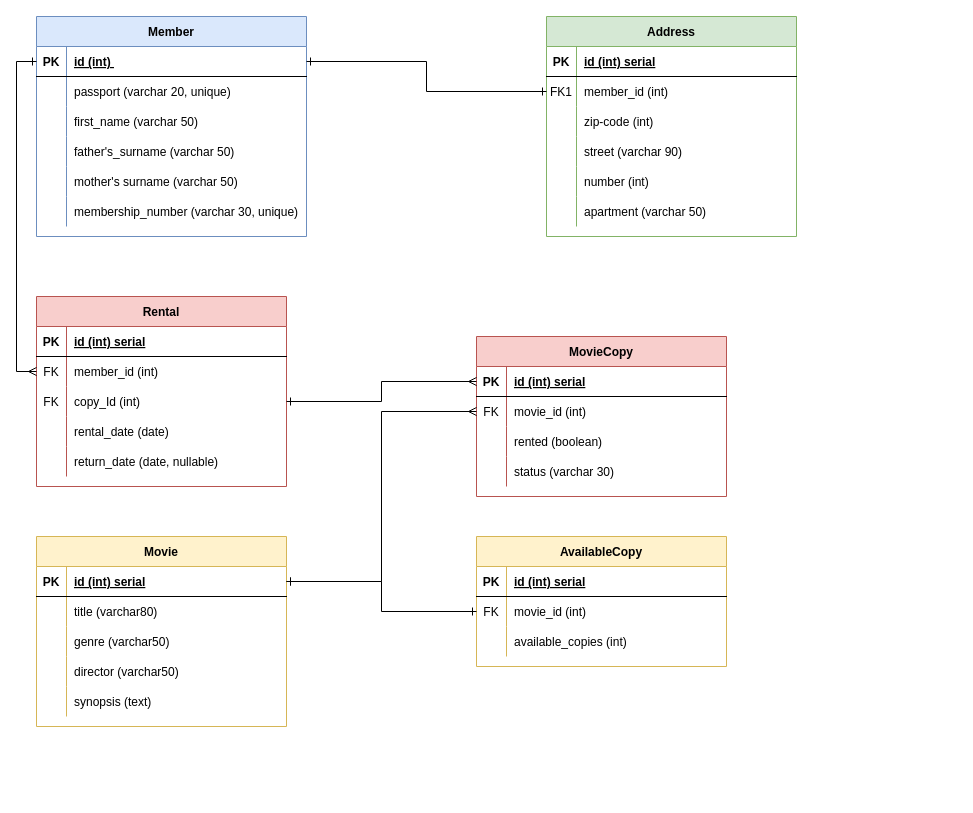
Above: MyVideoClub.drawio in Mitronios/Relational-databases-VideoClub (draw.io), before the change. Source tidied: cells renumbered, new cells numbered last; positions are measured from the earlier drawing's top-left corner, leaving out a move shared by most shapes. Both pictures are drawn from the tidied source at 100%, with x=0, y=0 at pixel (36, 16).
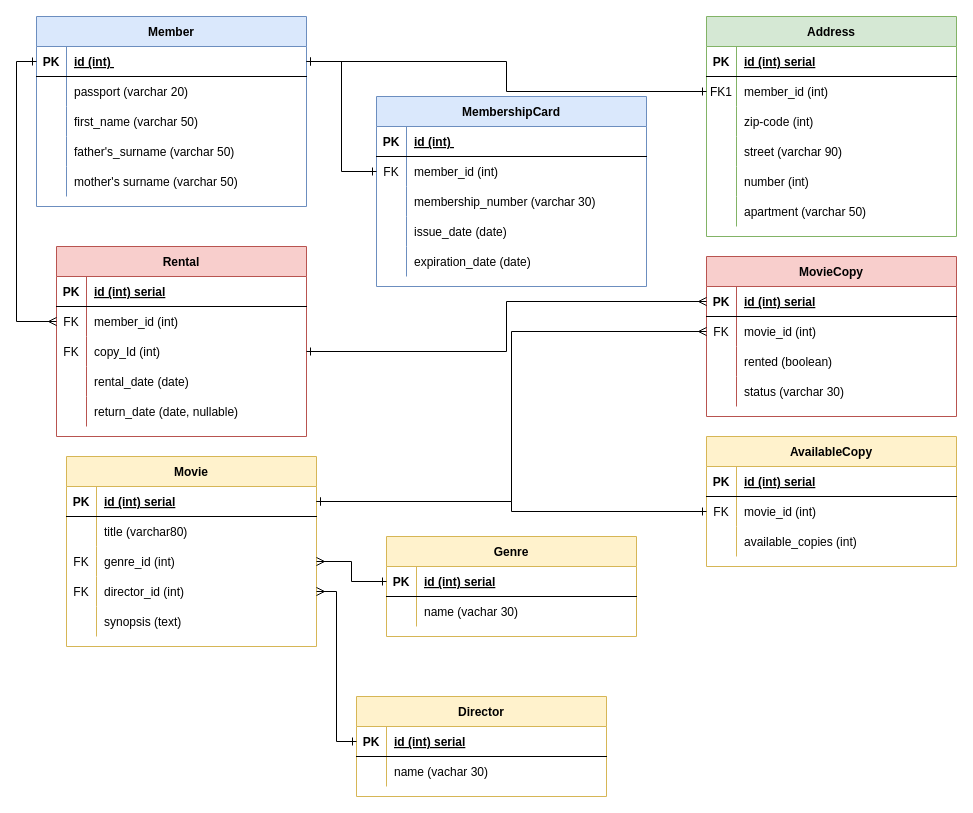
The same diagram, later.

Commit message:
Fix: Take genre and director and create a new table for each

The change refers to these unchanged cells:
```xml
<mxCell id="28" style="shape=partialRectangle;fillColor=none;points=[[0,0.5],[1,0.5]];portConstraint=eastwest;top=0;left=0;right=0;bottom=0;" parent="21" vertex="1">
  <mxGeometry y="90" width="250" height="30" as="geometry" />
</mxCell>
<mxCell id="31" style="shape=partialRectangle;fillColor=none;points=[[0,0.5],[1,0.5]];portConstraint=eastwest;top=0;left=0;right=0;bottom=0;" parent="21" vertex="1">
  <mxGeometry y="120" width="250" height="30" as="geometry" />
</mxCell>
<mxCell id="38" style="shape=partialRectangle;fillColor=none;points=[[0,0.5],[1,0.5]];portConstraint=eastwest;top=0;left=0;right=0;bottom=1;" parent="37" vertex="1">
  <mxGeometry y="30" width="270" height="30" as="geometry" />
</mxCell>
<mxCell id="41" style="shape=partialRectangle;fillColor=none;top=0;left=0;right=0;bottom=0;" parent="37" vertex="1">
  <mxGeometry y="60" width="270" height="30" as="geometry" />
</mxCell>
```

Change to the diagram source:
```diff
@@
     <mxCell id="2" value="Address" style="shape=table;startSize=30;childLayout=tableLayout;rowLines=0;fontStyle=1;align=center;fillColor=#d5e8d4;strokeColor=#82b366;" parent="1" vertex="1">
-      <mxGeometry x="510" width="250" height="220" as="geometry" />
+      <mxGeometry x="670" width="250" height="220" as="geometry" />
     </mxCell>
@@
     <mxCell id="21" value="Movie" style="shape=table;startSize=30;childLayout=tableLayout;rowLines=0;fontStyle=1;align=center;fillColor=#fff2cc;strokeColor=#d6b656;" parent="1" vertex="1">
-      <mxGeometry y="520" width="250" height="190" as="geometry" />
+      <mxGeometry x="30" y="440" width="250" height="190" as="geometry" />
     </mxCell>
@@
-    <mxCell id="29" style="shape=partialRectangle;overflow=hidden;fillColor=none;top=0;left=0;bottom=0;right=0;" parent="28" vertex="1">
+    <mxCell id="29" value="FK" style="shape=partialRectangle;overflow=hidden;fillColor=none;top=0;left=0;bottom=0;right=0;" parent="28" vertex="1">
       <mxGeometry width="30" height="30" as="geometry" />
     </mxCell>
-    <mxCell id="30" value="genre (varchar50)" style="shape=partialRectangle;overflow=hidden;fillColor=none;top=0;left=0;bottom=0;right=0;align=left;spacingLeft=6;" parent="28" vertex="1">
+    <mxCell id="30" value="genre_id (int)" style="shape=partialRectangle;overflow=hidden;fillColor=none;top=0;left=0;bottom=0;right=0;align=left;spacingLeft=6;" parent="28" vertex="1">
       <mxGeometry x="30" width="220" height="30" as="geometry" />
     </mxCell>
@@
-    <mxCell id="32" style="shape=partialRectangle;overflow=hidden;fillColor=none;top=0;left=0;bottom=0;right=0;" parent="31" vertex="1">
+    <mxCell id="32" value="FK" style="shape=partialRectangle;overflow=hidden;fillColor=none;top=0;left=0;bottom=0;right=0;" parent="31" vertex="1">
       <mxGeometry width="30" height="30" as="geometry" />
     </mxCell>
-    <mxCell id="33" value="director (varchar50)" style="shape=partialRectangle;overflow=hidden;fillColor=none;top=0;left=0;bottom=0;right=0;align=left;spacingLeft=6;" parent="31" vertex="1">
+    <mxCell id="33" value="director_id (int)" style="shape=partialRectangle;overflow=hidden;fillColor=none;top=0;left=0;bottom=0;right=0;align=left;spacingLeft=6;" parent="31" vertex="1">
       <mxGeometry x="30" width="220" height="30" as="geometry" />
     </mxCell>
@@
     <mxCell id="37" value="Member" style="shape=table;startSize=30;childLayout=tableLayout;rowLines=0;fontStyle=1;align=center;fillColor=#dae8fc;strokeColor=#6c8ebf;" parent="1" vertex="1">
-      <mxGeometry width="270" height="220" as="geometry" />
+      <mxGeometry width="270" height="190" as="geometry" />
     </mxCell>
@@
-    <mxCell id="43" value="passport (varchar 20, unique)" style="shape=partialRectangle;overflow=hidden;fillColor=none;top=0;left=0;bottom=0;right=0;align=left;spacingLeft=6;" parent="41" vertex="1">
+    <mxCell id="43" value="passport (varchar 20)" style="shape=partialRectangle;overflow=hidden;fillColor=none;top=0;left=0;bottom=0;right=0;align=left;spacingLeft=6;" parent="41" vertex="1">
       <mxGeometry x="30" width="240" height="30" as="geometry" />
     </mxCell>
@@
-    <mxCell id="53" style="shape=partialRectangle;fillColor=none;top=0;left=0;right=0;bottom=0;" parent="37" vertex="1">
-      <mxGeometry y="180" width="270" height="30" as="geometry" />
-    </mxCell>
-    <mxCell id="54" style="shape=partialRectangle;overflow=hidden;fillColor=none;top=0;left=0;bottom=0;right=0;" parent="53" vertex="1">
-      <mxGeometry width="30" height="30" as="geometry" />
-    </mxCell>
-    <mxCell id="55" value="membership_number (varchar 30, unique)" style="shape=partialRectangle;overflow=hidden;fillColor=none;top=0;left=0;bottom=0;right=0;align=left;spacingLeft=6;" parent="53" vertex="1">
-      <mxGeometry x="30" width="240" height="30" as="geometry" />
-    </mxCell>
     <mxCell id="56" value="MovieCopy" style="shape=table;startSize=30;childLayout=tableLayout;rowLines=0;fontStyle=1;align=center;fillColor=#f8cecc;strokeColor=#b85450;" parent="1" vertex="1">
-      <mxGeometry x="440" y="320" width="250" height="160" as="geometry" />
+      <mxGeometry x="670" y="240" width="250" height="160" as="geometry" />
     </mxCell>
@@
     <mxCell id="69" value="Rental" style="shape=table;startSize=30;childLayout=tableLayout;rowLines=0;fontStyle=1;align=center;fillColor=#f8cecc;strokeColor=#b85450;" parent="1" vertex="1">
-      <mxGeometry y="280" width="250" height="190" as="geometry" />
+      <mxGeometry x="20" y="230" width="250" height="190" as="geometry" />
     </mxCell>
@@
     <mxCell id="85" value="AvailableCopy" style="shape=table;startSize=30;childLayout=tableLayout;rowLines=0;fontStyle=1;align=center;fillColor=#fff2cc;strokeColor=#d6b656;" parent="1" vertex="1">
-      <mxGeometry x="440" y="520" width="250" height="130" as="geometry" />
+      <mxGeometry x="670" y="420" width="250" height="130" as="geometry" />
     </mxCell>
@@
+    <mxCell id="100" value="MembershipCard" style="shape=table;startSize=30;childLayout=tableLayout;rowLines=0;fontStyle=1;align=center;fillColor=#dae8fc;strokeColor=#6c8ebf;" parent="1" vertex="1">
+      <mxGeometry x="340" y="80" width="270" height="190" as="geometry" />
+    </mxCell>
+    <mxCell id="101" style="shape=partialRectangle;fillColor=none;top=0;left=0;right=0;bottom=1;" parent="100" vertex="1">
+      <mxGeometry y="30" width="270" height="30" as="geometry" />
+    </mxCell>
+    <mxCell id="102" value="PK" style="shape=partialRectangle;overflow=hidden;fillColor=none;top=0;left=0;bottom=0;right=0;fontStyle=1;" parent="101" vertex="1">
+      <mxGeometry width="30" height="30" as="geometry" />
+    </mxCell>
+    <mxCell id="103" value="id (int) " style="shape=partialRectangle;overflow=hidden;fillColor=none;top=0;left=0;bottom=0;right=0;align=left;spacingLeft=6;fontStyle=5;" parent="101" vertex="1">
+      <mxGeometry x="30" width="240" height="30" as="geometry" />
+    </mxCell>
+    <mxCell id="104" style="shape=partialRectangle;fillColor=none;points=[[0,0.5],[1,0.5]];portConstraint=eastwest;top=0;left=0;right=0;bottom=0;" parent="100" vertex="1">
+      <mxGeometry y="60" width="270" height="30" as="geometry" />
+    </mxCell>
+    <mxCell id="105" value="FK" style="shape=partialRectangle;overflow=hidden;fillColor=none;top=0;left=0;bottom=0;right=0;" parent="104" vertex="1">
+      <mxGeometry width="30" height="30" as="geometry" />
+    </mxCell>
+    <mxCell id="106" value="member_id (int)" style="shape=partialRectangle;overflow=hidden;fillColor=none;top=0;left=0;bottom=0;right=0;align=left;spacingLeft=6;" parent="104" vertex="1">
+      <mxGeometry x="30" width="240" height="30" as="geometry" />
+    </mxCell>
+    <mxCell id="107" style="shape=partialRectangle;fillColor=none;top=0;left=0;right=0;bottom=0;" parent="100" vertex="1">
+      <mxGeometry y="90" width="270" height="30" as="geometry" />
+    </mxCell>
+    <mxCell id="108" style="shape=partialRectangle;overflow=hidden;fillColor=none;top=0;left=0;bottom=0;right=0;" parent="107" vertex="1">
+      <mxGeometry width="30" height="30" as="geometry" />
+    </mxCell>
+    <mxCell id="109" value="membership_number (varchar 30)" style="shape=partialRectangle;overflow=hidden;fillColor=none;top=0;left=0;bottom=0;right=0;align=left;spacingLeft=6;" parent="107" vertex="1">
+      <mxGeometry x="30" width="240" height="30" as="geometry" />
+    </mxCell>
+    <mxCell id="110" style="shape=partialRectangle;fillColor=none;top=0;left=0;right=0;bottom=0;" parent="100" vertex="1">
+      <mxGeometry y="120" width="270" height="30" as="geometry" />
+    </mxCell>
+    <mxCell id="111" style="shape=partialRectangle;overflow=hidden;fillColor=none;top=0;left=0;bottom=0;right=0;" parent="110" vertex="1">
+      <mxGeometry width="30" height="30" as="geometry" />
+    </mxCell>
+    <mxCell id="112" value="issue_date (date)" style="shape=partialRectangle;overflow=hidden;fillColor=none;top=0;left=0;bottom=0;right=0;align=left;spacingLeft=6;" parent="110" vertex="1">
+      <mxGeometry x="30" width="240" height="30" as="geometry" />
+    </mxCell>
+    <mxCell id="113" style="shape=partialRectangle;fillColor=none;top=0;left=0;right=0;bottom=0;" parent="100" vertex="1">
+      <mxGeometry y="150" width="270" height="30" as="geometry" />
+    </mxCell>
+    <mxCell id="114" style="shape=partialRectangle;overflow=hidden;fillColor=none;top=0;left=0;bottom=0;right=0;" parent="113" vertex="1">
+      <mxGeometry width="30" height="30" as="geometry" />
+    </mxCell>
+    <mxCell id="115" value="expiration_date (date)" style="shape=partialRectangle;overflow=hidden;fillColor=none;top=0;left=0;bottom=0;right=0;align=left;spacingLeft=6;" parent="113" vertex="1">
+      <mxGeometry x="30" width="240" height="30" as="geometry" />
+    </mxCell>
+    <mxCell id="116" style="edgeStyle=orthogonalEdgeStyle;rounded=0;jettySize=auto;html=1;exitX=1;exitY=0.5;exitDx=0;exitDy=0;entryX=0;entryY=0.5;entryDx=0;entryDy=0;startArrow=ERone;startFill=0;endArrow=ERone;endFill=0;" parent="1" edge="1" source="38" target="104">
+      <mxGeometry relative="1" as="geometry" />
+    </mxCell>
+    <mxCell id="117" value="Genre" style="shape=table;startSize=30;childLayout=tableLayout;rowLines=0;fontStyle=1;align=center;fillColor=#fff2cc;strokeColor=#d6b656;" parent="1" vertex="1">
+      <mxGeometry x="350" y="520" width="250" height="100" as="geometry" />
+    </mxCell>
+    <mxCell id="118" style="shape=partialRectangle;fillColor=none;points=[[0,0.5],[1,0.5]];portConstraint=eastwest;top=0;left=0;right=0;bottom=1;" parent="117" vertex="1">
+      <mxGeometry y="30" width="250" height="30" as="geometry" />
+    </mxCell>
+    <mxCell id="119" value="PK" style="shape=partialRectangle;overflow=hidden;fillColor=none;top=0;left=0;bottom=0;right=0;fontStyle=1;" parent="118" vertex="1">
+      <mxGeometry width="30" height="30" as="geometry" />
+    </mxCell>
+    <mxCell id="120" value="id (int) serial" style="shape=partialRectangle;overflow=hidden;fillColor=none;top=0;left=0;bottom=0;right=0;align=left;spacingLeft=6;fontStyle=5;" parent="118" vertex="1">
+      <mxGeometry x="30" width="220" height="30" as="geometry" />
+    </mxCell>
+    <mxCell id="121" style="shape=partialRectangle;fillColor=none;top=0;left=0;right=0;bottom=0;" parent="117" vertex="1">
+      <mxGeometry y="60" width="250" height="30" as="geometry" />
+    </mxCell>
+    <mxCell id="122" style="shape=partialRectangle;overflow=hidden;fillColor=none;top=0;left=0;bottom=0;right=0;" parent="121" vertex="1">
+      <mxGeometry width="30" height="30" as="geometry" />
+    </mxCell>
+    <mxCell id="123" value="name (vachar 30)" style="shape=partialRectangle;overflow=hidden;fillColor=none;top=0;left=0;bottom=0;right=0;align=left;spacingLeft=6;" parent="121" vertex="1">
+      <mxGeometry x="30" width="220" height="30" as="geometry" />
+    </mxCell>
+    <mxCell id="124" value="Director" style="shape=table;startSize=30;childLayout=tableLayout;rowLines=0;fontStyle=1;align=center;fillColor=#fff2cc;strokeColor=#d6b656;" parent="1" vertex="1">
+      <mxGeometry x="320" y="680" width="250" height="100" as="geometry" />
+    </mxCell>
+    <mxCell id="125" style="shape=partialRectangle;fillColor=none;points=[[0,0.5],[1,0.5]];portConstraint=eastwest;top=0;left=0;right=0;bottom=1;" parent="124" vertex="1">
+      <mxGeometry y="30" width="250" height="30" as="geometry" />
+    </mxCell>
+    <mxCell id="126" value="PK" style="shape=partialRectangle;overflow=hidden;fillColor=none;top=0;left=0;bottom=0;right=0;fontStyle=1;" parent="125" vertex="1">
+      <mxGeometry width="30" height="30" as="geometry" />
+    </mxCell>
+    <mxCell id="127" value="id (int) serial" style="shape=partialRectangle;overflow=hidden;fillColor=none;top=0;left=0;bottom=0;right=0;align=left;spacingLeft=6;fontStyle=5;" parent="125" vertex="1">
+      <mxGeometry x="30" width="220" height="30" as="geometry" />
+    </mxCell>
+    <mxCell id="128" style="shape=partialRectangle;fillColor=none;top=0;left=0;right=0;bottom=0;" parent="124" vertex="1">
+      <mxGeometry y="60" width="250" height="30" as="geometry" />
+    </mxCell>
+    <mxCell id="129" style="shape=partialRectangle;overflow=hidden;fillColor=none;top=0;left=0;bottom=0;right=0;" parent="128" vertex="1">
+      <mxGeometry width="30" height="30" as="geometry" />
+    </mxCell>
+    <mxCell id="130" value="name (vachar 30)" style="shape=partialRectangle;overflow=hidden;fillColor=none;top=0;left=0;bottom=0;right=0;align=left;spacingLeft=6;" parent="128" vertex="1">
+      <mxGeometry x="30" width="220" height="30" as="geometry" />
+    </mxCell>
+    <mxCell id="131" style="edgeStyle=orthogonalEdgeStyle;rounded=0;jettySize=auto;html=1;exitX=0;exitY=0.5;exitDx=0;exitDy=0;entryX=1;entryY=0.5;entryDx=0;entryDy=0;startArrow=ERone;startFill=0;endArrow=ERmany;endFill=0;" parent="1" edge="1" source="125" target="31">
+      <mxGeometry relative="1" as="geometry" />
+    </mxCell>
+    <mxCell id="132" style="edgeStyle=orthogonalEdgeStyle;rounded=0;jettySize=auto;html=1;exitX=0;exitY=0.5;exitDx=0;exitDy=0;entryX=1;entryY=0.5;entryDx=0;entryDy=0;startArrow=ERone;startFill=0;endArrow=ERmany;endFill=0;" parent="1" edge="1" source="118" target="28">
+      <mxGeometry relative="1" as="geometry" />
+    </mxCell>
```
